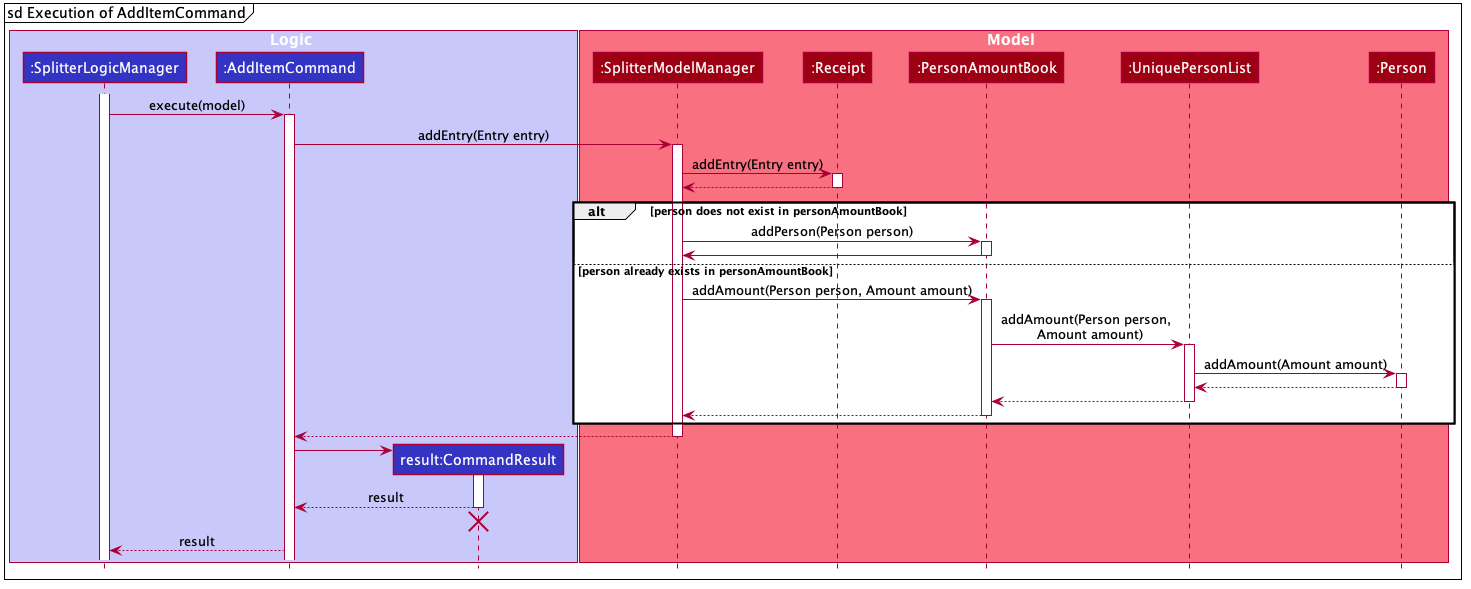
The PlantUML diagram images/ExpenseSplitterAddItemCommandSequenceDiagram2.png in AY1920S2-CS2103T-W13-1/main, before a commit.
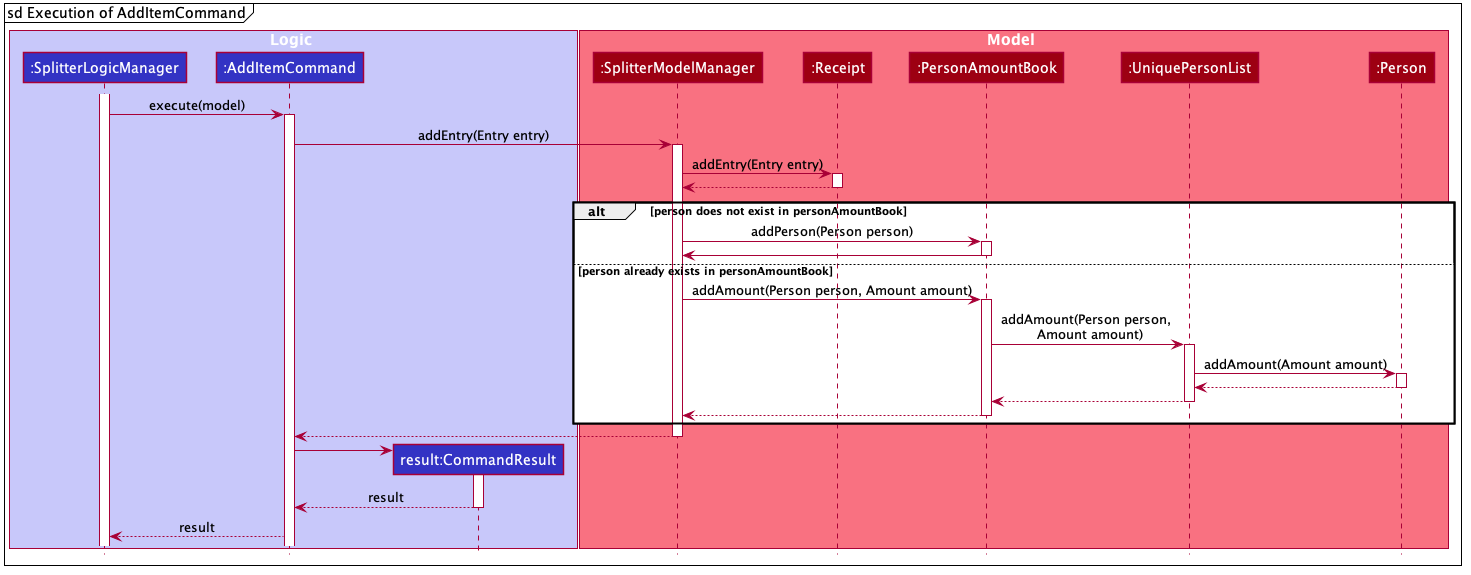
After the change.

Change to the diagram source:
```diff
@@ -117,9 +117,6 @@
 CommandResult --> AddItemCommand : result
 deactivate CommandResult
 
-CommandResult -[hidden]-> AddItemCommand
-destroy CommandResult
-
 AddItemCommand --> SplitterLogicManager : result
 
 @enduml
```
